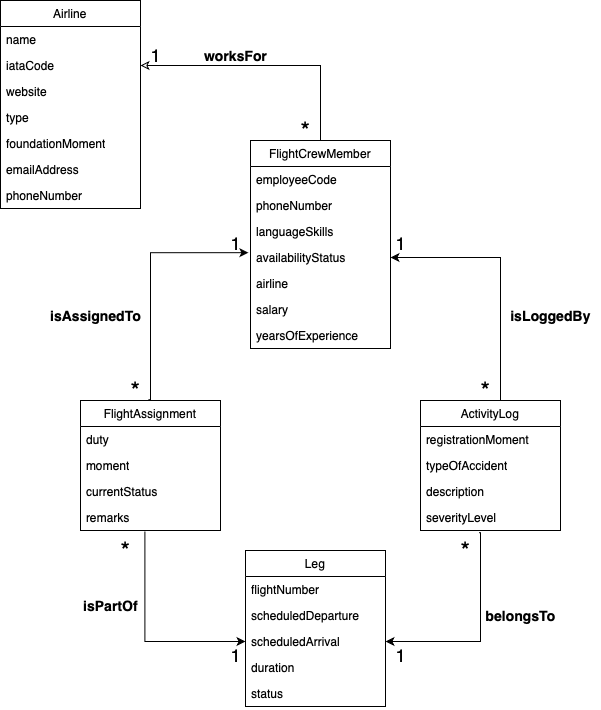
This is reports/D02/Student 3/Student3-UML.png from alenicbra/acme-ans, a draw.io export, as it was before one commit. Source tidied: cells renumbered, new cells last; positions are measured from the earlier drawing's top-left corner, leaving out a move shared by most shapes.
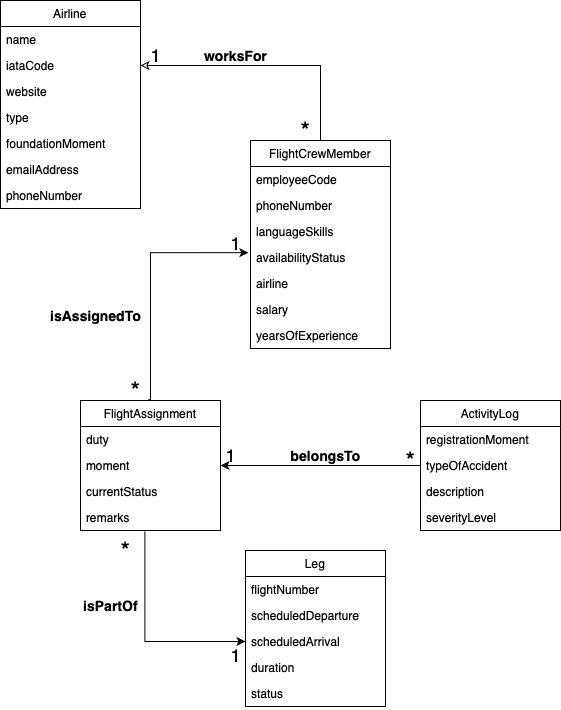
The same diagram one commit later.

The edit, as a diff of the source:
```diff
@@ -57,14 +57,11 @@
       <mxGeometry y="104" width="140" height="26" as="geometry" />
     </mxCell>
     <mxCell id="20" value="&lt;font style=&quot;font-size: 18px;&quot;&gt;1&lt;/font&gt;" style="text;html=1;align=center;verticalAlign=middle;strokeColor=none;fillColor=none;" parent="1" vertex="1">
-      <mxGeometry x="385" y="228" width="30" height="30" as="geometry" />
+      <mxGeometry x="215" y="440" width="30" height="30" as="geometry" />
     </mxCell>
     <mxCell id="21" value="&lt;font style=&quot;font-size: 24px;&quot;&gt;*&lt;/font&gt;" style="text;html=1;align=center;verticalAlign=middle;strokeColor=none;fillColor=none;" parent="1" vertex="1">
-      <mxGeometry x="470" y="370" width="30" height="40" as="geometry" />
+      <mxGeometry x="395" y="440" width="30" height="40" as="geometry" />
     </mxCell>
-    <mxCell id="22" value="&lt;b&gt;&lt;font style=&quot;font-size: 14px;&quot;&gt;isLoggedBy&lt;/font&gt;&lt;/b&gt;" style="text;html=1;align=center;verticalAlign=middle;strokeColor=none;fillColor=none;" parent="1" vertex="1">
-      <mxGeometry x="500" y="300" width="100" height="30" as="geometry" />
-    </mxCell>
     <mxCell id="23" style="edgeStyle=orthogonalEdgeStyle;rounded=0;jettySize=auto;html=1;exitX=0.929;exitY=0.731;exitDx=0;exitDy=0;strokeColor=default;exitPerimeter=0;entryX=0.929;entryY=0.806;entryDx=0;entryDy=0;entryPerimeter=0;" parent="1" edge="1" source="25" target="24">
       <mxGeometry relative="1" as="geometry">
         <Array as="points">
@@ -139,37 +136,23 @@
     <mxCell id="45" style="edgeStyle=orthogonalEdgeStyle;rounded=0;jettySize=auto;html=1;exitX=0.46;exitY=1.038;exitDx=0;exitDy=0;entryX=0;entryY=0.5;entryDx=0;entryDy=0;exitPerimeter=0;" parent="1" edge="1" source="14" target="42">
       <mxGeometry relative="1" as="geometry" />
     </mxCell>
-    <mxCell id="46" style="edgeStyle=orthogonalEdgeStyle;rounded=0;jettySize=auto;html=1;exitX=0.418;exitY=1.084;exitDx=0;exitDy=0;entryX=1;entryY=0.5;entryDx=0;entryDy=0;exitPerimeter=0;" parent="1" edge="1" source="19" target="42">
-      <mxGeometry relative="1" as="geometry">
-        <Array as="points">
-          <mxPoint x="480" y="532" />
-          <mxPoint x="480" y="641" />
-        </Array>
-      </mxGeometry>
-    </mxCell>
     <mxCell id="47" value="&lt;font style=&quot;font-size: 24px;&quot;&gt;*&lt;/font&gt;" style="text;html=1;align=center;verticalAlign=middle;strokeColor=none;fillColor=none;" parent="1" vertex="1">
       <mxGeometry x="110" y="530" width="30" height="40" as="geometry" />
     </mxCell>
-    <mxCell id="48" value="&lt;font style=&quot;font-size: 24px;&quot;&gt;*&lt;/font&gt;" style="text;html=1;align=center;verticalAlign=middle;strokeColor=none;fillColor=none;" parent="1" vertex="1">
-      <mxGeometry x="450" y="530" width="30" height="40" as="geometry" />
-    </mxCell>
     <mxCell id="49" value="&lt;font style=&quot;font-size: 18px;&quot;&gt;1&lt;/font&gt;" style="text;html=1;align=center;verticalAlign=middle;strokeColor=none;fillColor=none;" parent="1" vertex="1">
       <mxGeometry x="220" y="640" width="30" height="30" as="geometry" />
     </mxCell>
-    <mxCell id="50" value="&lt;font style=&quot;font-size: 18px;&quot;&gt;1&lt;/font&gt;" style="text;html=1;align=center;verticalAlign=middle;strokeColor=none;fillColor=none;" parent="1" vertex="1">
-      <mxGeometry x="385" y="640" width="30" height="30" as="geometry" />
-    </mxCell>
     <mxCell id="51" value="&lt;b&gt;&lt;font style=&quot;font-size: 14px;&quot;&gt;belongsTo&lt;/font&gt;&lt;/b&gt;" style="text;html=1;align=center;verticalAlign=middle;strokeColor=none;fillColor=none;" parent="1" vertex="1">
-      <mxGeometry x="475" y="600" width="90" height="30" as="geometry" />
+      <mxGeometry x="280" y="440" width="90" height="30" as="geometry" />
     </mxCell>
     <mxCell id="52" value="&lt;font style=&quot;font-size: 14px;&quot;&gt;&lt;b&gt;isPartOf&lt;/b&gt;&lt;/font&gt;" style="text;html=1;align=center;verticalAlign=middle;strokeColor=none;fillColor=none;" parent="1" vertex="1">
       <mxGeometry x="70" y="590" width="80" height="30" as="geometry" />
     </mxCell>
-    <mxCell id="53" style="edgeStyle=orthogonalEdgeStyle;rounded=0;jettySize=auto;html=1;entryX=1;entryY=0.5;entryDx=0;entryDy=0;exitX=0.5;exitY=0;exitDx=0;exitDy=0;" parent="1" edge="1" source="15" target="6">
+    <mxCell id="53" style="edgeStyle=orthogonalEdgeStyle;rounded=0;jettySize=auto;html=1;entryX=1;entryY=0.5;entryDx=0;entryDy=0;exitX=0;exitY=0.5;exitDx=0;exitDy=0;" parent="1" edge="1" source="17" target="12">
       <mxGeometry relative="1" as="geometry">
         <Array as="points">
-          <mxPoint x="500" y="400" />
-          <mxPoint x="500" y="257" />
+          <mxPoint x="305" y="465" />
+          <mxPoint x="305" y="465" />
         </Array>
       </mxGeometry>
     </mxCell>
```
